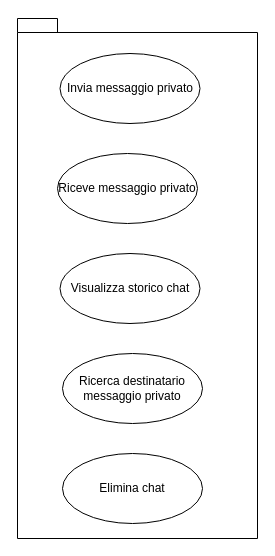
Above: page "Gestione messaggi" (2 of 5) of useCase.drawio in archer-65/natour-2122 (draw.io), before the change. Source tidied: cells renumbered, new cells numbered last; positions are measured from the earlier drawing's top-left corner, leaving out a move shared by most shapes. Both pictures are drawn from the tidied source at 100%, with x=0, y=0 at pixel (17, 18).
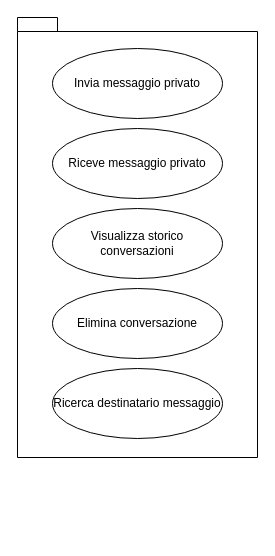
The same page after the edit.

Diff of the diagram source:
```diff
@@
 <mxGraphModel>
   <root>
     <mxCell id="0" />
     <mxCell id="1" parent="0" />
-    <mxCell id="2" style="group;" parent="1" vertex="1">
-      <mxGeometry width="240" height="520" as="geometry" />
-    </mxCell>
-    <mxCell id="3" style="shape=folder;fontStyle=1;spacingTop=10;tabWidth=40;tabHeight=14;tabPosition=left;html=1;" parent="2" vertex="1">
-      <mxGeometry width="240" height="520" as="geometry" />
+    <mxCell id="3" style="shape=folder;fontStyle=1;spacingTop=10;tabWidth=40;tabHeight=14;tabPosition=left;html=1;" parent="1" vertex="1">
+      <mxGeometry y="-1" width="240" height="440" as="geometry" />
     </mxCell>
-    <mxCell id="4" value="Invia messaggio privato" style="ellipse;whiteSpace=wrap;html=1;" parent="2" vertex="1">
-      <mxGeometry x="42.5" y="35" width="140" height="70" as="geometry" />
+    <mxCell id="4" value="Invia messaggio privato" style="ellipse;whiteSpace=wrap;html=1;" parent="1" vertex="1">
+      <mxGeometry x="35" y="30" width="170" height="70" as="geometry" />
     </mxCell>
-    <mxCell id="5" value="Riceve messaggio privato" style="ellipse;whiteSpace=wrap;html=1;" parent="2" vertex="1">
-      <mxGeometry x="40" y="135" width="140" height="70" as="geometry" />
+    <mxCell id="5" value="Riceve messaggio privato" style="ellipse;whiteSpace=wrap;html=1;" parent="1" vertex="1">
+      <mxGeometry x="35" y="110" width="170" height="70" as="geometry" />
     </mxCell>
-    <mxCell id="6" value="Visualizza storico chat" style="ellipse;whiteSpace=wrap;html=1;" parent="2" vertex="1">
-      <mxGeometry x="42.5" y="235" width="140" height="70" as="geometry" />
+    <mxCell id="6" value="Visualizza storico conversazioni" style="ellipse;whiteSpace=wrap;html=1;" parent="1" vertex="1">
+      <mxGeometry x="35" y="190" width="170" height="70" as="geometry" />
     </mxCell>
-    <mxCell id="7" value="Ricerca destinatario messaggio privato" style="ellipse;whiteSpace=wrap;html=1;" parent="2" vertex="1">
-      <mxGeometry x="45" y="335" width="140" height="70" as="geometry" />
+    <mxCell id="7" value="Ricerca destinatario messaggio" style="ellipse;whiteSpace=wrap;html=1;" parent="1" vertex="1">
+      <mxGeometry x="35" y="350" width="170" height="70" as="geometry" />
     </mxCell>
-    <mxCell id="8" value="Elimina chat" style="ellipse;whiteSpace=wrap;html=1;" parent="2" vertex="1">
-      <mxGeometry x="45" y="435" width="140" height="70" as="geometry" />
+    <mxCell id="8" value="Elimina conversazione" style="ellipse;whiteSpace=wrap;html=1;" parent="1" vertex="1">
+      <mxGeometry x="35" y="270" width="170" height="70" as="geometry" />
     </mxCell>
   </root>
 </mxGraphModel>
```
